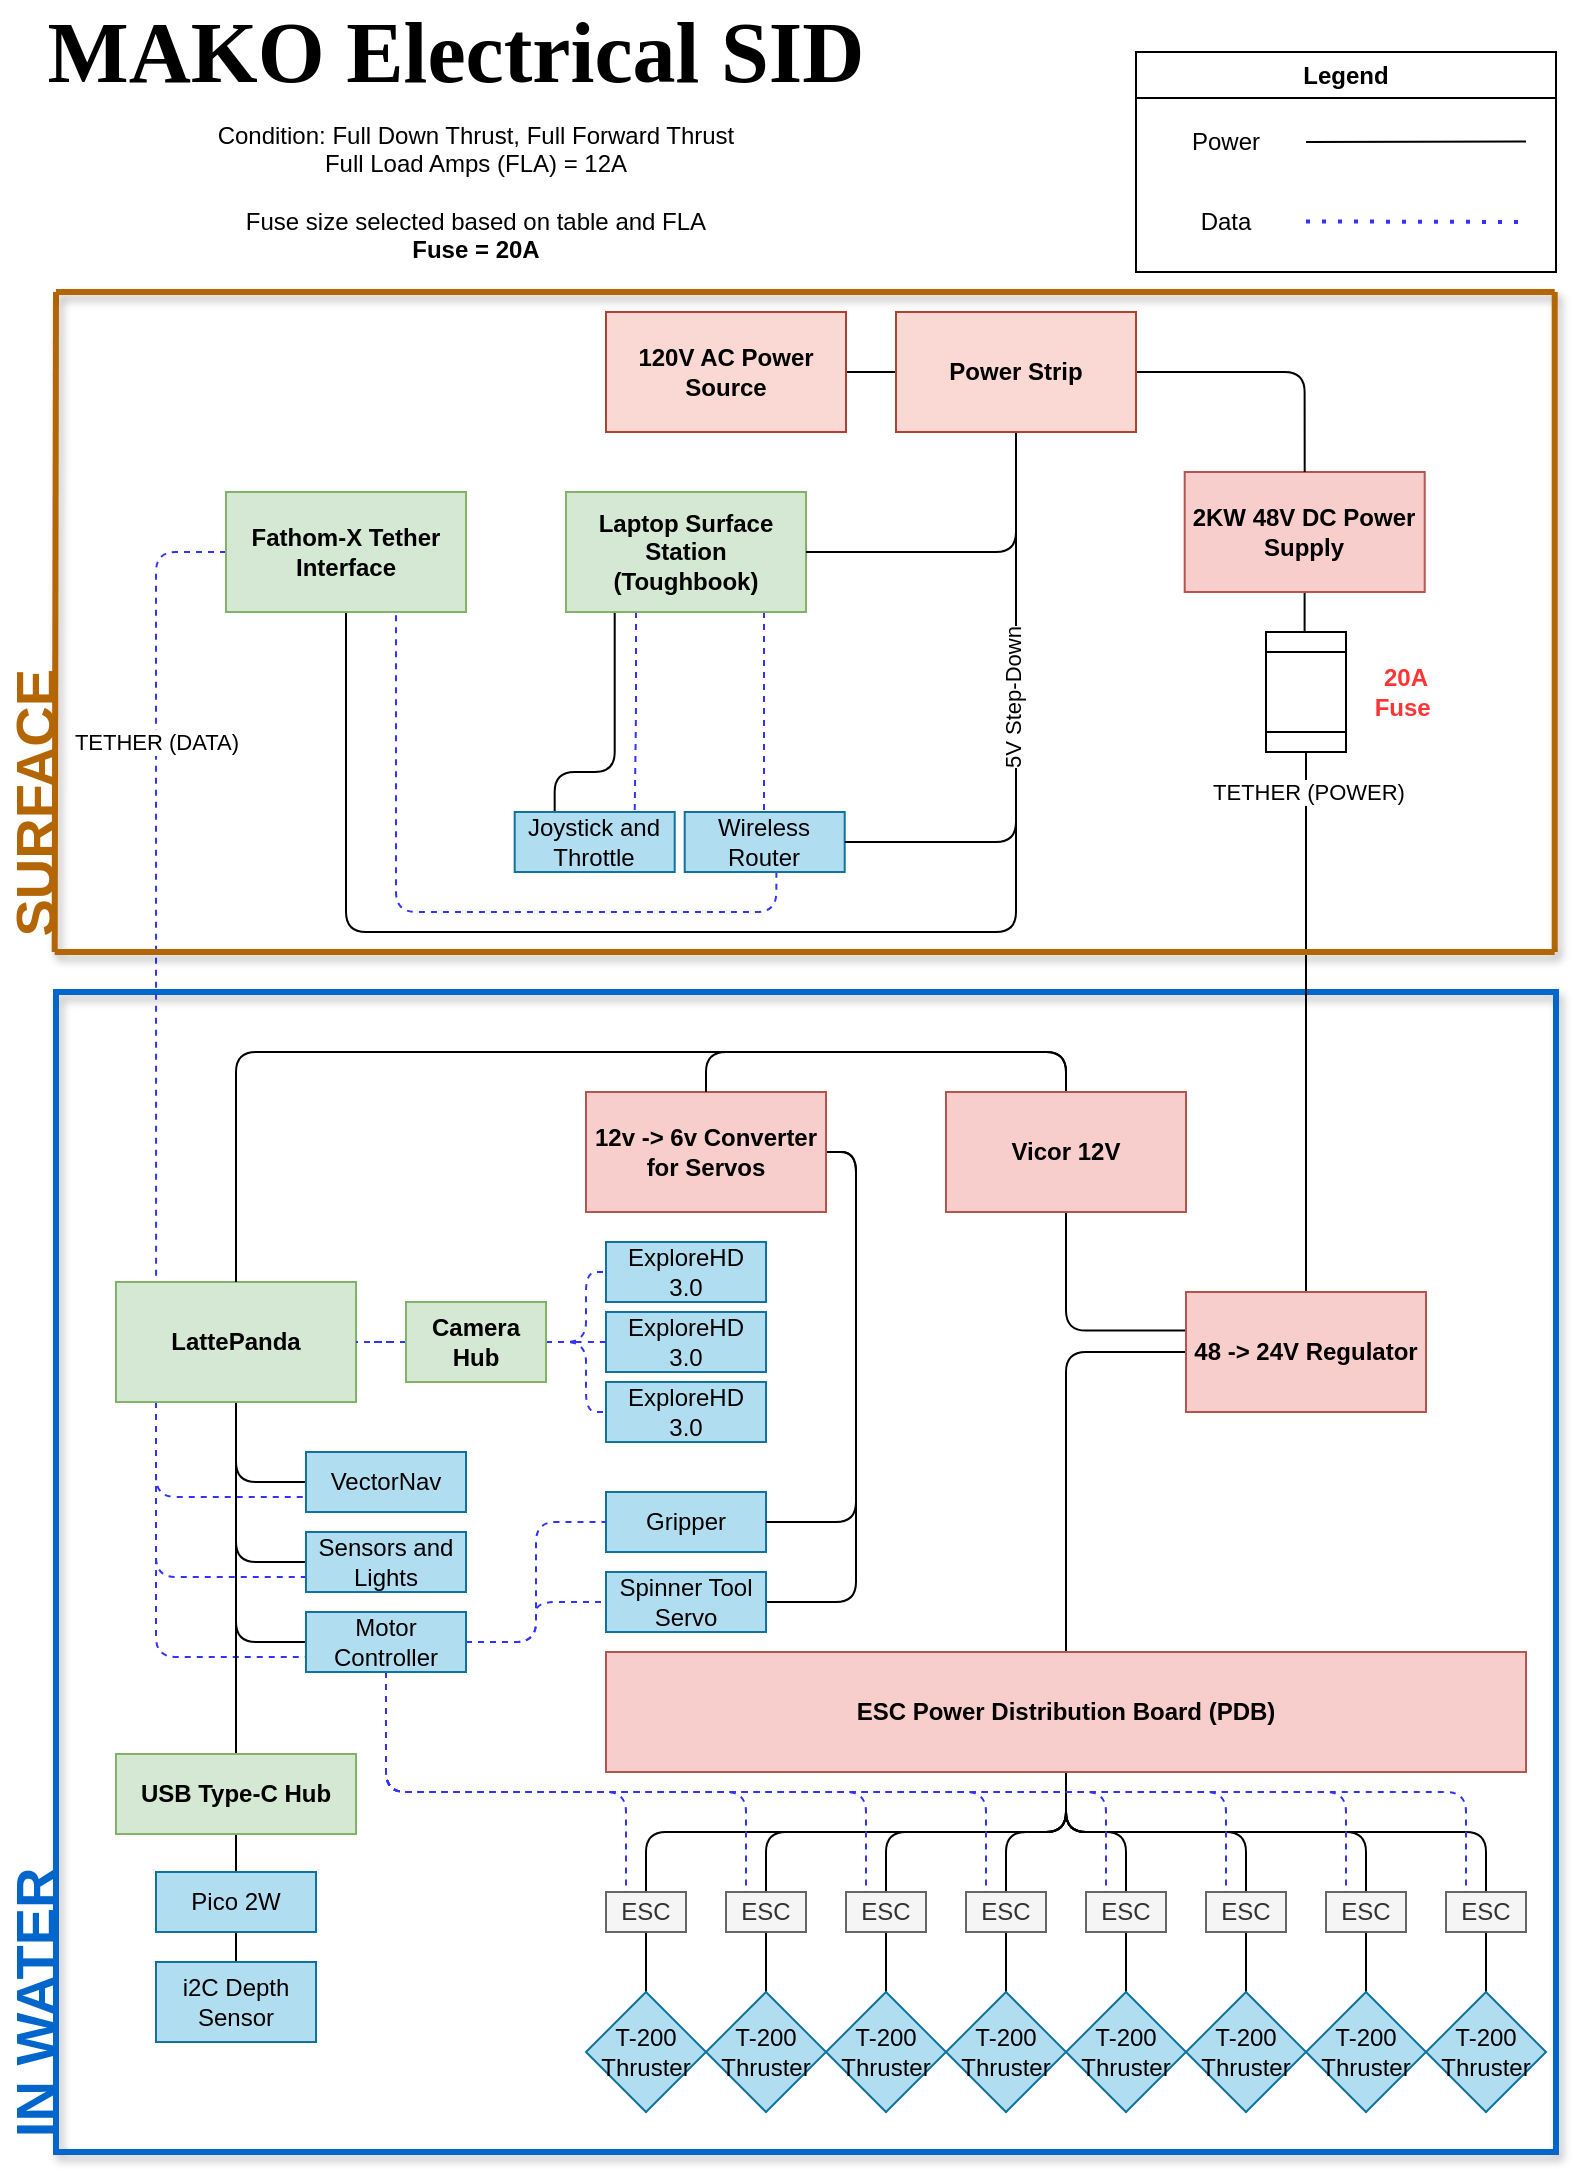
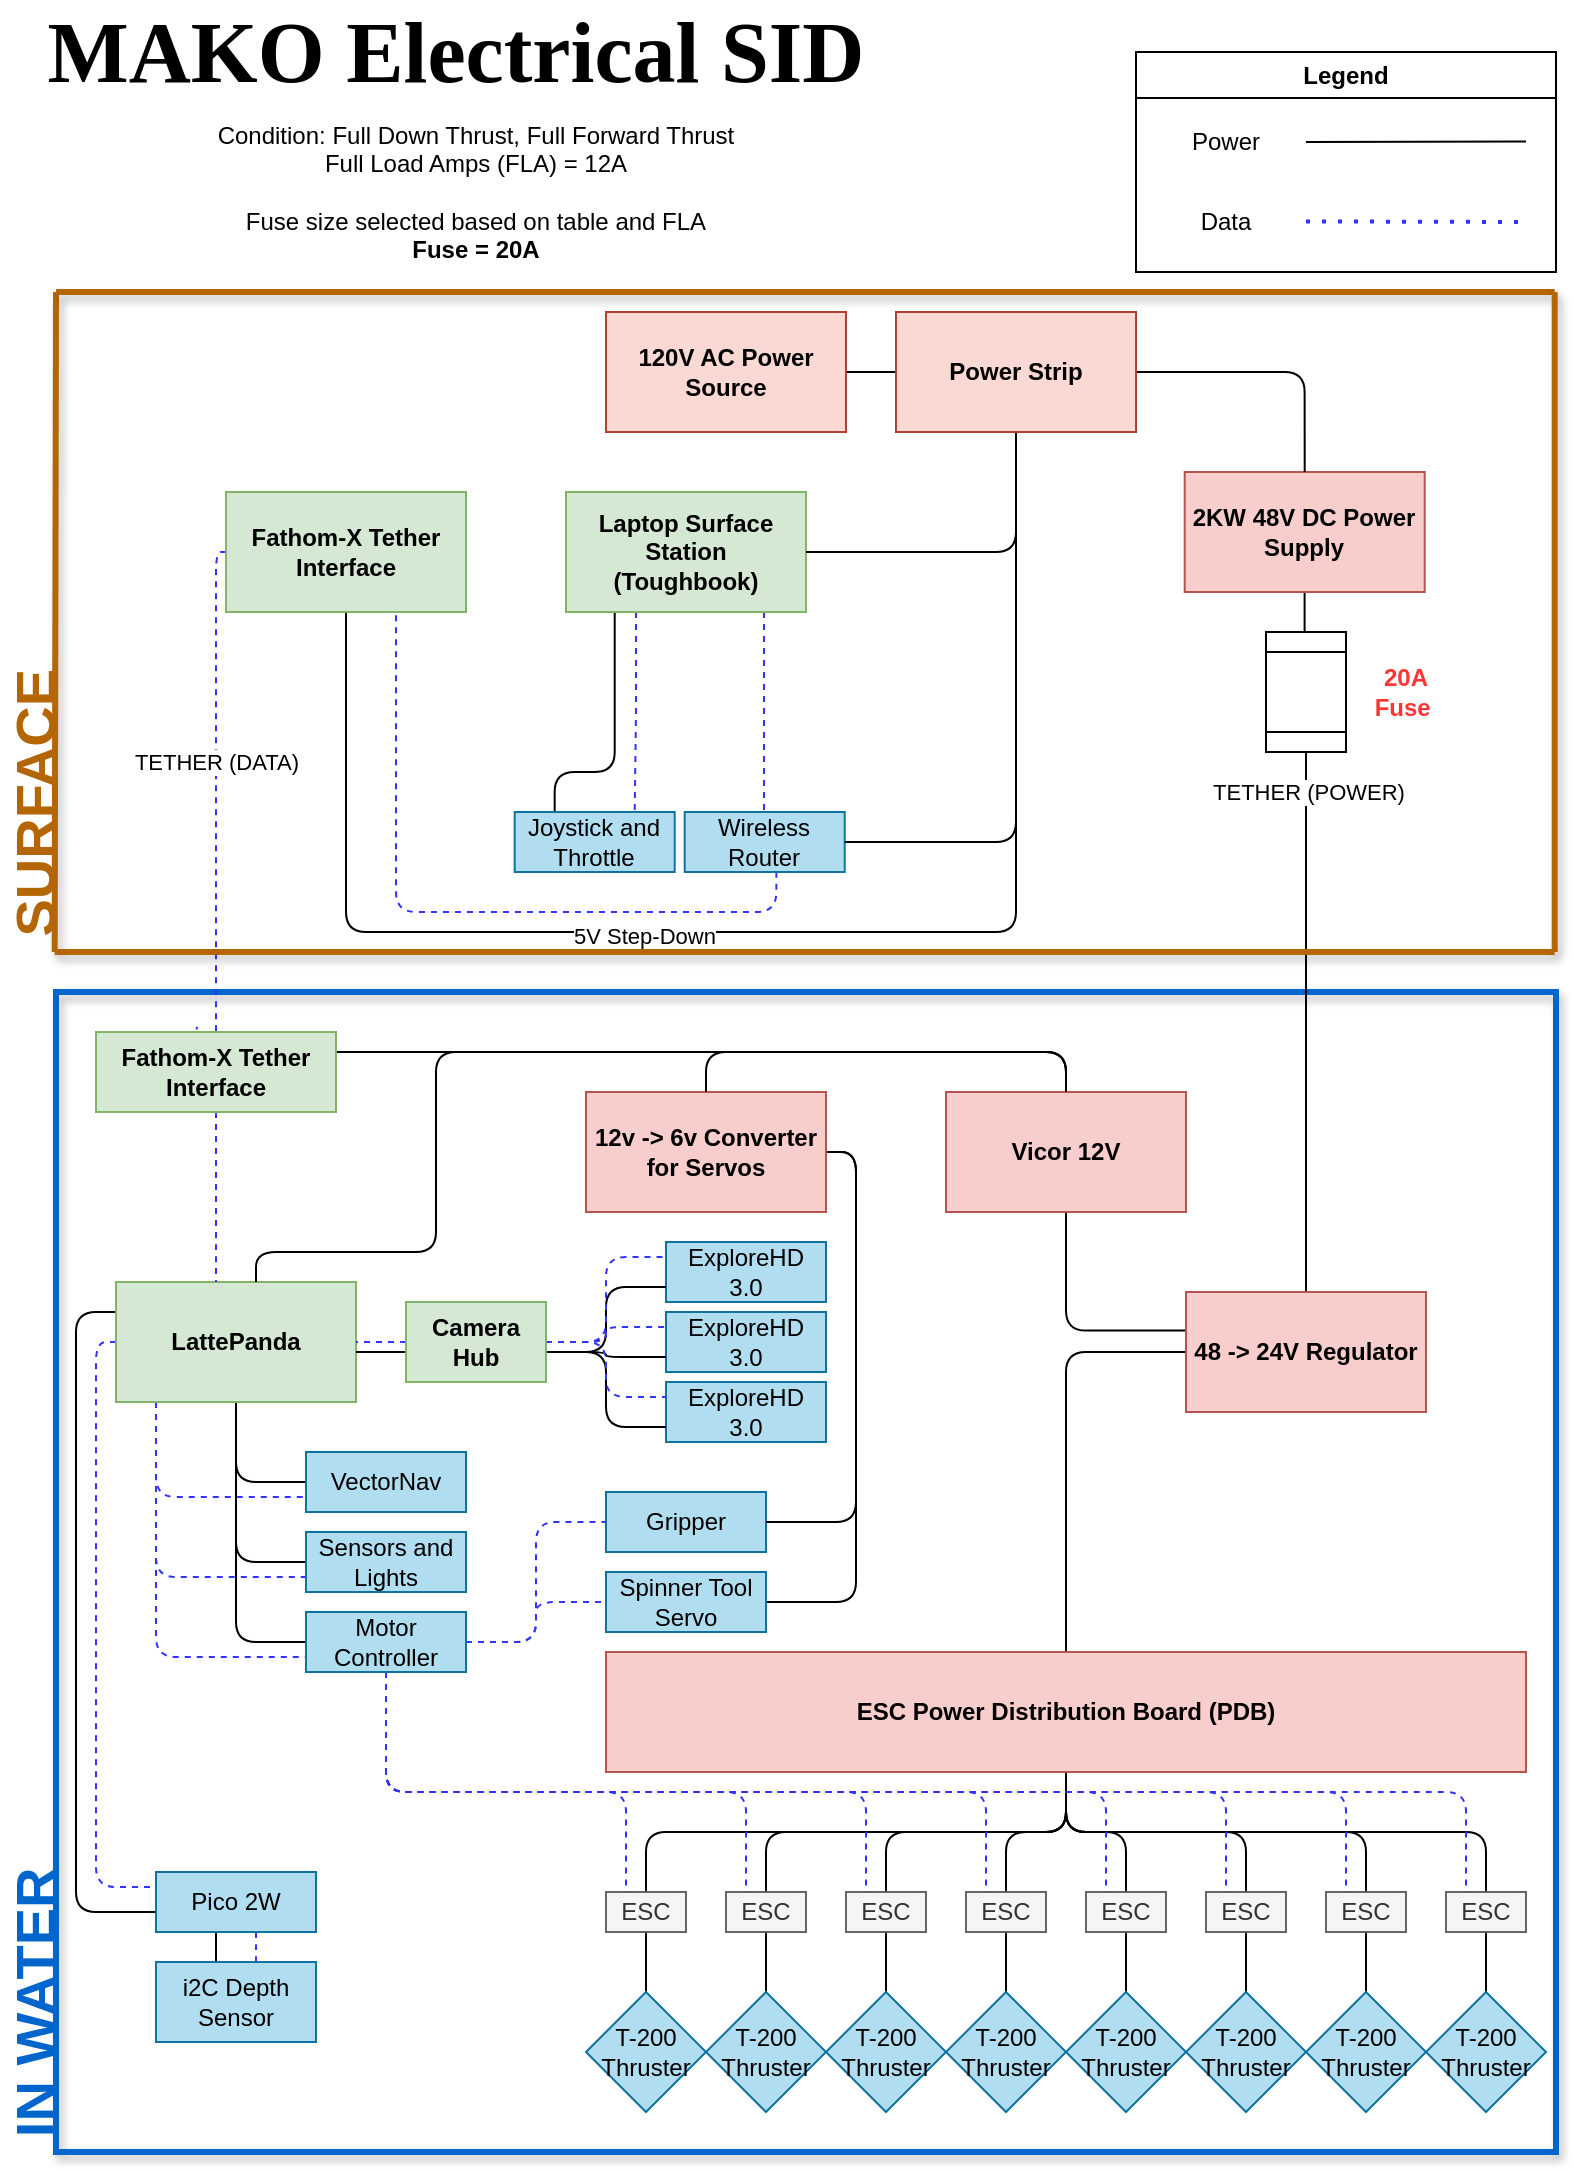
<mxfile host="app.diagrams.net" agent="Mozilla/5.0 (Windows NT 10.0; Win64; x64; rv:139.0) Gecko/20100101 Firefox/139.0">
  <diagram name="Page-1" id="doaNbLGYiiKzRFzNWdXi">
-     <mxGraphModel dx="-59" dy="471" grid="1" gridSize="10" guides="1" tooltips="1" connect="1" arrows="1" fold="1" page="1" pageScale="1" pageWidth="850" pageHeight="1100" math="0" shadow="0">
+     <mxGraphModel dx="-35" dy="485" grid="1" gridSize="10" guides="1" tooltips="1" connect="1" arrows="1" fold="1" page="1" pageScale="1" pageWidth="850" pageHeight="1100" math="0" shadow="0">
      <root>
        <mxCell id="0" />
        <mxCell id="1" parent="0" />
        <mxCell id="0vSBfI8_46AL9H7hPHAw-18" parent="1" style="rounded=0;whiteSpace=wrap;html=1;fillColor=none;strokeWidth=3;strokeColor=#0066CC;glass=0;shadow=1;" value="" vertex="1">
          <mxGeometry height="580" width="750" x="890" y="500" as="geometry" />
        </mxCell>
        <mxCell id="59XTsty1G1Yx93DkZX_j-1" parent="1" style="text;html=1;whiteSpace=wrap;strokeColor=none;fillColor=none;align=center;verticalAlign=middle;rounded=0;fontFamily=Times New Roman;fontStyle=1" value="&lt;font style=&quot;font-size: 43px;&quot;&gt;&lt;span&gt;MAKO Electrical SID&lt;/span&gt;&lt;/font&gt;" vertex="1">
          <mxGeometry height="40" width="420" x="880" y="10" as="geometry" />
        </mxCell>
        <mxCell id="59XTsty1G1Yx93DkZX_j-24" edge="1" parent="1" style="edgeStyle=orthogonalEdgeStyle;rounded=0;orthogonalLoop=1;jettySize=auto;html=1;exitX=0.5;exitY=1;exitDx=0;exitDy=0;">
          <mxGeometry relative="1" as="geometry">
            <mxPoint x="1435" y="910" as="sourcePoint" />
            <mxPoint x="1435" y="910" as="targetPoint" />
          </mxGeometry>
        </mxCell>
        <mxCell id="59XTsty1G1Yx93DkZX_j-45" parent="1" style="swimlane;whiteSpace=wrap;html=1;" value="Legend" vertex="1">
          <mxGeometry height="110" width="210" x="1430" y="30" as="geometry" />
        </mxCell>
        <mxCell id="59XTsty1G1Yx93DkZX_j-46" parent="59XTsty1G1Yx93DkZX_j-45" style="text;html=1;whiteSpace=wrap;strokeColor=none;fillColor=none;align=center;verticalAlign=middle;rounded=0;" value="Power" vertex="1">
          <mxGeometry height="30" width="60" x="15" y="30" as="geometry" />
        </mxCell>
        <mxCell id="59XTsty1G1Yx93DkZX_j-47" parent="59XTsty1G1Yx93DkZX_j-45" style="text;html=1;whiteSpace=wrap;strokeColor=none;fillColor=none;align=center;verticalAlign=middle;rounded=0;" value="Data" vertex="1">
          <mxGeometry height="30" width="60" x="15" y="70" as="geometry" />
        </mxCell>
        <mxCell id="59XTsty1G1Yx93DkZX_j-53" edge="1" parent="59XTsty1G1Yx93DkZX_j-45" style="endArrow=none;dashed=1;html=1;dashPattern=1 3;strokeWidth=2;strokeColor=#3333FF;" value="">
          <mxGeometry height="50" relative="1" width="50" as="geometry">
            <mxPoint x="85" y="84.72" as="sourcePoint" />
            <mxPoint x="195" y="85" as="targetPoint" />
          </mxGeometry>
        </mxCell>
        <mxCell id="59XTsty1G1Yx93DkZX_j-54" edge="1" parent="59XTsty1G1Yx93DkZX_j-45" style="endArrow=none;html=1;strokeColor=#000000;" value="">
          <mxGeometry height="50" relative="1" width="50" as="geometry">
            <mxPoint x="85" y="45.06" as="sourcePoint" />
            <mxPoint x="195" y="44.78" as="targetPoint" />
          </mxGeometry>
        </mxCell>
        <mxCell id="37D4bjrBw4_Emu08I7YZ-6" edge="1" parent="1" source="59XTsty1G1Yx93DkZX_j-57" style="edgeStyle=orthogonalEdgeStyle;rounded=0;orthogonalLoop=1;jettySize=auto;html=1;endArrow=none;endFill=0;" target="37D4bjrBw4_Emu08I7YZ-5" value="">
          <mxGeometry relative="1" as="geometry" />
        </mxCell>
        <mxCell id="59XTsty1G1Yx93DkZX_j-57" parent="1" style="rounded=0;whiteSpace=wrap;html=1;fillColor=#fad9d5;strokeColor=#ae4132;fontStyle=1" value="120V AC Power Source" vertex="1">
          <mxGeometry height="60" width="120" x="1165" y="160" as="geometry" />
        </mxCell>
        <mxCell id="59XTsty1G1Yx93DkZX_j-71" edge="1" parent="1" source="59XTsty1G1Yx93DkZX_j-66" style="edgeStyle=orthogonalEdgeStyle;orthogonalLoop=1;jettySize=auto;html=1;endArrow=none;endFill=0;" target="59XTsty1G1Yx93DkZX_j-70" value="">
          <mxGeometry relative="1" as="geometry" />
        </mxCell>
        <mxCell id="59XTsty1G1Yx93DkZX_j-66" parent="1" style="rounded=0;whiteSpace=wrap;html=1;fillColor=#f8cecc;strokeColor=#b85450;fontStyle=1" value="&lt;div&gt;2KW 48V DC Power Supply&lt;/div&gt;" vertex="1">
          <mxGeometry height="60" width="120" x="1454.35" y="240" as="geometry" />
        </mxCell>
        <mxCell id="59XTsty1G1Yx93DkZX_j-81" edge="1" parent="1" source="59XTsty1G1Yx93DkZX_j-70" style="edgeStyle=orthogonalEdgeStyle;orthogonalLoop=1;jettySize=auto;html=1;entryX=0.5;entryY=0;entryDx=0;entryDy=0;endArrow=none;endFill=0;" target="59XTsty1G1Yx93DkZX_j-101" value="">
          <mxGeometry relative="1" as="geometry">
            <mxPoint x="1515" y="470" as="targetPoint" />
          </mxGeometry>
        </mxCell>
        <mxCell id="59XTsty1G1Yx93DkZX_j-99" connectable="0" parent="59XTsty1G1Yx93DkZX_j-81" style="edgeLabel;html=1;align=center;verticalAlign=middle;resizable=0;points=[];" value="TETHER (POWER)" vertex="1">
          <mxGeometry relative="1" x="-0.062" y="-1" as="geometry">
            <mxPoint x="2" y="-107" as="offset" />
          </mxGeometry>
        </mxCell>
        <mxCell id="59XTsty1G1Yx93DkZX_j-70" parent="1" style="shape=process;whiteSpace=wrap;html=1;backgroundOutline=1;rounded=0;direction=south;size=0.16666666666666666;" value="" vertex="1">
          <mxGeometry height="60" width="40" x="1495" y="320" as="geometry" />
        </mxCell>
        <mxCell id="59XTsty1G1Yx93DkZX_j-83" parent="1" style="text;html=1;whiteSpace=wrap;strokeColor=none;fillColor=none;align=center;verticalAlign=middle;rounded=0;" value="&lt;div&gt;Condition: Full Down Thrust, Full Forward Thrust&lt;/div&gt;&lt;div&gt;Full Load Amps (FLA) = 12A&lt;/div&gt;&lt;div&gt;&lt;br&gt;&lt;/div&gt;&lt;div&gt;Fuse size selected based on table and FLA&lt;/div&gt;&lt;div&gt;&lt;b&gt;Fuse = 20A&lt;/b&gt;&lt;/div&gt;" vertex="1">
          <mxGeometry height="80" width="410" x="894.9999999999999" y="60" as="geometry" />
        </mxCell>
        <mxCell id="59XTsty1G1Yx93DkZX_j-205" edge="1" parent="1" source="59XTsty1G1Yx93DkZX_j-101" style="edgeStyle=orthogonalEdgeStyle;orthogonalLoop=1;jettySize=auto;html=1;entryX=0.5;entryY=1;entryDx=0;entryDy=0;exitX=-0.004;exitY=0.321;exitDx=0;exitDy=0;exitPerimeter=0;endArrow=none;endFill=0;" target="59XTsty1G1Yx93DkZX_j-180">
          <mxGeometry relative="1" as="geometry" />
        </mxCell>
        <mxCell id="_A7pCzdjQUsaNXFOYSQv-8" edge="1" parent="1" source="59XTsty1G1Yx93DkZX_j-101" style="edgeStyle=orthogonalEdgeStyle;rounded=1;orthogonalLoop=1;jettySize=auto;html=1;entryX=0.5;entryY=0;entryDx=0;entryDy=0;strokeColor=default;endArrow=none;endFill=0;curved=0;" target="59XTsty1G1Yx93DkZX_j-108">
          <mxGeometry relative="1" as="geometry">
            <Array as="points">
              <mxPoint x="1395" y="680" />
            </Array>
          </mxGeometry>
        </mxCell>
        <mxCell id="59XTsty1G1Yx93DkZX_j-101" parent="1" style="rounded=0;whiteSpace=wrap;html=1;fillColor=#f8cecc;strokeColor=#b85450;fontStyle=1" value="48 -&amp;gt; 24V Regulator" vertex="1">
          <mxGeometry height="60" width="120" x="1455" y="650" as="geometry" />
        </mxCell>
        <mxCell id="59XTsty1G1Yx93DkZX_j-135" edge="1" parent="1" source="59XTsty1G1Yx93DkZX_j-108" style="edgeStyle=orthogonalEdgeStyle;orthogonalLoop=1;jettySize=auto;html=1;entryX=0.5;entryY=0;entryDx=0;entryDy=0;endArrow=none;endFill=0;" target="59XTsty1G1Yx93DkZX_j-116">
          <mxGeometry relative="1" as="geometry" />
        </mxCell>
        <mxCell id="59XTsty1G1Yx93DkZX_j-137" edge="1" parent="1" source="59XTsty1G1Yx93DkZX_j-108" style="edgeStyle=orthogonalEdgeStyle;orthogonalLoop=1;jettySize=auto;html=1;entryX=0.5;entryY=0;entryDx=0;entryDy=0;endArrow=none;endFill=0;" target="59XTsty1G1Yx93DkZX_j-120">
          <mxGeometry relative="1" as="geometry" />
        </mxCell>
        <mxCell id="59XTsty1G1Yx93DkZX_j-138" edge="1" parent="1" source="59XTsty1G1Yx93DkZX_j-108" style="edgeStyle=orthogonalEdgeStyle;orthogonalLoop=1;jettySize=auto;html=1;entryX=0.5;entryY=0;entryDx=0;entryDy=0;endArrow=none;endFill=0;" target="59XTsty1G1Yx93DkZX_j-117">
          <mxGeometry relative="1" as="geometry" />
        </mxCell>
        <mxCell id="59XTsty1G1Yx93DkZX_j-139" edge="1" parent="1" source="59XTsty1G1Yx93DkZX_j-108" style="edgeStyle=orthogonalEdgeStyle;orthogonalLoop=1;jettySize=auto;html=1;entryX=0.5;entryY=0;entryDx=0;entryDy=0;endArrow=none;endFill=0;" target="59XTsty1G1Yx93DkZX_j-118">
          <mxGeometry relative="1" as="geometry" />
        </mxCell>
        <mxCell id="59XTsty1G1Yx93DkZX_j-140" edge="1" parent="1" source="59XTsty1G1Yx93DkZX_j-108" style="edgeStyle=orthogonalEdgeStyle;orthogonalLoop=1;jettySize=auto;html=1;entryX=0.5;entryY=0;entryDx=0;entryDy=0;endArrow=none;endFill=0;" target="59XTsty1G1Yx93DkZX_j-121">
          <mxGeometry relative="1" as="geometry" />
        </mxCell>
        <mxCell id="59XTsty1G1Yx93DkZX_j-141" edge="1" parent="1" source="59XTsty1G1Yx93DkZX_j-108" style="edgeStyle=orthogonalEdgeStyle;orthogonalLoop=1;jettySize=auto;html=1;entryX=0.5;entryY=0;entryDx=0;entryDy=0;endArrow=none;endFill=0;" target="59XTsty1G1Yx93DkZX_j-122">
          <mxGeometry relative="1" as="geometry" />
        </mxCell>
        <mxCell id="59XTsty1G1Yx93DkZX_j-142" edge="1" parent="1" source="59XTsty1G1Yx93DkZX_j-108" style="edgeStyle=orthogonalEdgeStyle;orthogonalLoop=1;jettySize=auto;html=1;entryX=0.5;entryY=0;entryDx=0;entryDy=0;endArrow=none;endFill=0;" target="59XTsty1G1Yx93DkZX_j-123">
          <mxGeometry relative="1" as="geometry" />
        </mxCell>
        <mxCell id="59XTsty1G1Yx93DkZX_j-143" edge="1" parent="1" source="59XTsty1G1Yx93DkZX_j-108" style="edgeStyle=orthogonalEdgeStyle;orthogonalLoop=1;jettySize=auto;html=1;endArrow=none;endFill=0;" target="59XTsty1G1Yx93DkZX_j-124">
          <mxGeometry relative="1" as="geometry" />
        </mxCell>
        <mxCell id="59XTsty1G1Yx93DkZX_j-108" parent="1" style="rounded=0;whiteSpace=wrap;html=1;fillColor=#f8cecc;strokeColor=#b85450;fontStyle=0" value="&lt;div&gt;&lt;b&gt;ESC Power Distribution Board (PDB)&lt;/b&gt;&lt;/div&gt;" vertex="1">
          <mxGeometry height="60" width="460" x="1165" y="830" as="geometry" />
        </mxCell>
        <mxCell id="37D4bjrBw4_Emu08I7YZ-10" edge="1" parent="1" source="59XTsty1G1Yx93DkZX_j-111" style="edgeStyle=orthogonalEdgeStyle;rounded=1;orthogonalLoop=1;jettySize=auto;html=1;entryX=0;entryY=0.75;entryDx=0;entryDy=0;endArrow=none;endFill=0;strokeColor=#3333FF;curved=0;dashed=1;" target="59XTsty1G1Yx93DkZX_j-164">
          <mxGeometry relative="1" as="geometry">
            <Array as="points">
              <mxPoint x="940" y="753" />
            </Array>
          </mxGeometry>
        </mxCell>
        <mxCell id="37D4bjrBw4_Emu08I7YZ-12" edge="1" parent="1" source="59XTsty1G1Yx93DkZX_j-111" style="edgeStyle=orthogonalEdgeStyle;rounded=1;orthogonalLoop=1;jettySize=auto;html=1;entryX=0;entryY=0.5;entryDx=0;entryDy=0;endArrow=none;endFill=0;curved=0;" target="59XTsty1G1Yx93DkZX_j-164">
          <mxGeometry relative="1" as="geometry" />
        </mxCell>
        <mxCell id="37D4bjrBw4_Emu08I7YZ-13" edge="1" parent="1" source="59XTsty1G1Yx93DkZX_j-111" style="edgeStyle=orthogonalEdgeStyle;rounded=1;orthogonalLoop=1;jettySize=auto;html=1;entryX=0;entryY=0.5;entryDx=0;entryDy=0;endArrow=none;endFill=0;curved=0;" target="59XTsty1G1Yx93DkZX_j-165">
          <mxGeometry relative="1" as="geometry" />
        </mxCell>
        <mxCell id="37D4bjrBw4_Emu08I7YZ-14" edge="1" parent="1" source="59XTsty1G1Yx93DkZX_j-111" style="edgeStyle=orthogonalEdgeStyle;rounded=1;orthogonalLoop=1;jettySize=auto;html=1;entryX=0;entryY=0.5;entryDx=0;entryDy=0;endArrow=none;endFill=0;curved=0;" target="59XTsty1G1Yx93DkZX_j-231">
          <mxGeometry relative="1" as="geometry" />
        </mxCell>
        <mxCell id="37D4bjrBw4_Emu08I7YZ-15" edge="1" parent="1" source="59XTsty1G1Yx93DkZX_j-111" style="edgeStyle=orthogonalEdgeStyle;rounded=1;orthogonalLoop=1;jettySize=auto;html=1;entryX=0;entryY=0.75;entryDx=0;entryDy=0;curved=0;endArrow=none;endFill=0;dashed=1;strokeColor=#3333FF;" target="59XTsty1G1Yx93DkZX_j-165">
          <mxGeometry relative="1" as="geometry">
            <Array as="points">
              <mxPoint x="940" y="793" />
            </Array>
          </mxGeometry>
        </mxCell>
        <mxCell id="37D4bjrBw4_Emu08I7YZ-16" edge="1" parent="1" source="59XTsty1G1Yx93DkZX_j-111" style="edgeStyle=orthogonalEdgeStyle;rounded=1;orthogonalLoop=1;jettySize=auto;html=1;entryX=0;entryY=0.75;entryDx=0;entryDy=0;dashed=1;strokeColor=#3333FF;curved=0;endArrow=none;endFill=0;" target="59XTsty1G1Yx93DkZX_j-231">
          <mxGeometry relative="1" as="geometry">
            <Array as="points">
              <mxPoint x="940" y="833" />
            </Array>
          </mxGeometry>
        </mxCell>
-         <mxCell id="OX7wq4GX1beUy1cfBgnM-2" edge="1" parent="1" source="59XTsty1G1Yx93DkZX_j-111" style="edgeStyle=orthogonalEdgeStyle;rounded=0;orthogonalLoop=1;jettySize=auto;html=1;endArrow=none;endFill=0;" target="OX7wq4GX1beUy1cfBgnM-1">
-           <mxGeometry relative="1" as="geometry" />
+         <mxCell id="_A7pCzdjQUsaNXFOYSQv-47" edge="1" parent="1" source="59XTsty1G1Yx93DkZX_j-111" style="edgeStyle=orthogonalEdgeStyle;rounded=1;orthogonalLoop=1;jettySize=auto;html=1;endArrow=none;endFill=0;curved=0;" target="OX7wq4GX1beUy1cfBgnM-3">
+           <mxGeometry relative="1" as="geometry">
+             <Array as="points">
+               <mxPoint x="900" y="660" />
+               <mxPoint x="900" y="960" />
+             </Array>
+           </mxGeometry>
+         </mxCell>
+         <mxCell id="_A7pCzdjQUsaNXFOYSQv-50" edge="1" parent="1" source="59XTsty1G1Yx93DkZX_j-111" style="edgeStyle=orthogonalEdgeStyle;rounded=1;orthogonalLoop=1;jettySize=auto;html=1;entryX=0;entryY=0.25;entryDx=0;entryDy=0;strokeColor=#3333FF;endArrow=none;endFill=0;dashed=1;curved=0;" target="OX7wq4GX1beUy1cfBgnM-3">
+           <mxGeometry relative="1" as="geometry">
+             <Array as="points">
+               <mxPoint x="910" y="675" />
+               <mxPoint x="910" y="947" />
+             </Array>
+           </mxGeometry>
        </mxCell>
        <mxCell id="59XTsty1G1Yx93DkZX_j-111" parent="1" style="rounded=0;whiteSpace=wrap;html=1;fillColor=#d5e8d4;strokeColor=#82b366;" value="&lt;b&gt;LattePanda&lt;/b&gt;" vertex="1">
          <mxGeometry height="60" width="120" x="920" y="645" as="geometry" />
        </mxCell>
        <mxCell id="59XTsty1G1Yx93DkZX_j-145" edge="1" parent="1" source="59XTsty1G1Yx93DkZX_j-116" style="edgeStyle=orthogonalEdgeStyle;orthogonalLoop=1;jettySize=auto;html=1;entryX=0.5;entryY=0;entryDx=0;entryDy=0;endArrow=none;endFill=0;" target="59XTsty1G1Yx93DkZX_j-126">
          <mxGeometry relative="1" as="geometry" />
        </mxCell>
        <mxCell id="59XTsty1G1Yx93DkZX_j-116" parent="1" style="rounded=0;whiteSpace=wrap;html=1;fillColor=#f5f5f5;fontColor=#333333;strokeColor=#666666;" value="ESC" vertex="1">
          <mxGeometry height="20" width="40" x="1165" y="950" as="geometry" />
        </mxCell>
        <mxCell id="59XTsty1G1Yx93DkZX_j-147" edge="1" parent="1" source="59XTsty1G1Yx93DkZX_j-117" style="edgeStyle=orthogonalEdgeStyle;orthogonalLoop=1;jettySize=auto;html=1;entryX=0.5;entryY=0;entryDx=0;entryDy=0;endArrow=none;endFill=0;" target="59XTsty1G1Yx93DkZX_j-128">
          <mxGeometry relative="1" as="geometry" />
        </mxCell>
        <mxCell id="59XTsty1G1Yx93DkZX_j-117" parent="1" style="rounded=0;whiteSpace=wrap;html=1;fillColor=#f5f5f5;fontColor=#333333;strokeColor=#666666;" value="ESC" vertex="1">
          <mxGeometry height="20" width="40" x="1285" y="950" as="geometry" />
        </mxCell>
        <mxCell id="59XTsty1G1Yx93DkZX_j-148" edge="1" parent="1" source="59XTsty1G1Yx93DkZX_j-118" style="edgeStyle=orthogonalEdgeStyle;orthogonalLoop=1;jettySize=auto;html=1;entryX=0.5;entryY=0;entryDx=0;entryDy=0;endArrow=none;endFill=0;" target="59XTsty1G1Yx93DkZX_j-129">
          <mxGeometry relative="1" as="geometry" />
        </mxCell>
        <mxCell id="59XTsty1G1Yx93DkZX_j-118" parent="1" style="rounded=0;whiteSpace=wrap;html=1;fillColor=#f5f5f5;fontColor=#333333;strokeColor=#666666;" value="ESC" vertex="1">
          <mxGeometry height="20" width="40" x="1345" y="950" as="geometry" />
        </mxCell>
        <mxCell id="59XTsty1G1Yx93DkZX_j-146" edge="1" parent="1" source="59XTsty1G1Yx93DkZX_j-120" style="edgeStyle=orthogonalEdgeStyle;orthogonalLoop=1;jettySize=auto;html=1;entryX=0.5;entryY=0;entryDx=0;entryDy=0;endArrow=none;endFill=0;" target="59XTsty1G1Yx93DkZX_j-127">
          <mxGeometry relative="1" as="geometry" />
        </mxCell>
        <mxCell id="59XTsty1G1Yx93DkZX_j-120" parent="1" style="rounded=0;whiteSpace=wrap;html=1;fillColor=#f5f5f5;fontColor=#333333;strokeColor=#666666;" value="ESC" vertex="1">
          <mxGeometry height="20" width="40" x="1225" y="950" as="geometry" />
        </mxCell>
        <mxCell id="59XTsty1G1Yx93DkZX_j-149" edge="1" parent="1" source="59XTsty1G1Yx93DkZX_j-121" style="edgeStyle=orthogonalEdgeStyle;orthogonalLoop=1;jettySize=auto;html=1;entryX=0.5;entryY=0;entryDx=0;entryDy=0;endArrow=none;endFill=0;" target="59XTsty1G1Yx93DkZX_j-130">
          <mxGeometry relative="1" as="geometry" />
        </mxCell>
        <mxCell id="59XTsty1G1Yx93DkZX_j-121" parent="1" style="rounded=0;whiteSpace=wrap;html=1;fillColor=#f5f5f5;fontColor=#333333;strokeColor=#666666;" value="ESC" vertex="1">
          <mxGeometry height="20" width="40" x="1405" y="950" as="geometry" />
        </mxCell>
        <mxCell id="59XTsty1G1Yx93DkZX_j-150" edge="1" parent="1" source="59XTsty1G1Yx93DkZX_j-122" style="edgeStyle=orthogonalEdgeStyle;orthogonalLoop=1;jettySize=auto;html=1;entryX=0.5;entryY=0;entryDx=0;entryDy=0;endArrow=none;endFill=0;" target="59XTsty1G1Yx93DkZX_j-131">
          <mxGeometry relative="1" as="geometry" />
        </mxCell>
        <mxCell id="59XTsty1G1Yx93DkZX_j-122" parent="1" style="rounded=0;whiteSpace=wrap;html=1;fillColor=#f5f5f5;fontColor=#333333;strokeColor=#666666;" value="ESC" vertex="1">
          <mxGeometry height="20" width="40" x="1465" y="950" as="geometry" />
        </mxCell>
        <mxCell id="59XTsty1G1Yx93DkZX_j-151" edge="1" parent="1" source="59XTsty1G1Yx93DkZX_j-123" style="edgeStyle=orthogonalEdgeStyle;orthogonalLoop=1;jettySize=auto;html=1;entryX=0.5;entryY=0;entryDx=0;entryDy=0;endArrow=none;endFill=0;" target="59XTsty1G1Yx93DkZX_j-132">
          <mxGeometry relative="1" as="geometry" />
        </mxCell>
        <mxCell id="59XTsty1G1Yx93DkZX_j-123" parent="1" style="rounded=0;whiteSpace=wrap;html=1;fillColor=#f5f5f5;fontColor=#333333;strokeColor=#666666;" value="ESC" vertex="1">
          <mxGeometry height="20" width="40" x="1525" y="950" as="geometry" />
        </mxCell>
        <mxCell id="59XTsty1G1Yx93DkZX_j-152" edge="1" parent="1" source="59XTsty1G1Yx93DkZX_j-124" style="edgeStyle=orthogonalEdgeStyle;orthogonalLoop=1;jettySize=auto;html=1;entryX=0.5;entryY=0;entryDx=0;entryDy=0;endArrow=none;endFill=0;" target="59XTsty1G1Yx93DkZX_j-133">
          <mxGeometry relative="1" as="geometry" />
        </mxCell>
        <mxCell id="59XTsty1G1Yx93DkZX_j-124" parent="1" style="rounded=0;whiteSpace=wrap;html=1;fillColor=#f5f5f5;fontColor=#333333;strokeColor=#666666;" value="ESC" vertex="1">
          <mxGeometry height="20" width="40" x="1585" y="950" as="geometry" />
        </mxCell>
        <mxCell id="59XTsty1G1Yx93DkZX_j-126" parent="1" style="rhombus;whiteSpace=wrap;html=1;fillColor=#b1ddf0;strokeColor=#10739e;" value="T-200 Thruster" vertex="1">
          <mxGeometry height="60" width="60" x="1155" y="1000" as="geometry" />
        </mxCell>
        <mxCell id="59XTsty1G1Yx93DkZX_j-127" parent="1" style="rhombus;whiteSpace=wrap;html=1;fillColor=#b1ddf0;strokeColor=#10739e;" value="T-200 Thruster" vertex="1">
          <mxGeometry height="60" width="60" x="1215" y="1000" as="geometry" />
        </mxCell>
        <mxCell id="59XTsty1G1Yx93DkZX_j-128" parent="1" style="rhombus;whiteSpace=wrap;html=1;fillColor=#b1ddf0;strokeColor=#10739e;" value="T-200 Thruster" vertex="1">
          <mxGeometry height="60" width="60" x="1275" y="1000" as="geometry" />
        </mxCell>
        <mxCell id="59XTsty1G1Yx93DkZX_j-129" parent="1" style="rhombus;whiteSpace=wrap;html=1;fillColor=#b1ddf0;strokeColor=#10739e;" value="T-200 Thruster" vertex="1">
          <mxGeometry height="60" width="60" x="1335" y="1000" as="geometry" />
        </mxCell>
        <mxCell id="59XTsty1G1Yx93DkZX_j-130" parent="1" style="rhombus;whiteSpace=wrap;html=1;fillColor=#b1ddf0;strokeColor=#10739e;" value="T-200 Thruster" vertex="1">
          <mxGeometry height="60" width="60" x="1395" y="1000" as="geometry" />
        </mxCell>
        <mxCell id="59XTsty1G1Yx93DkZX_j-131" parent="1" style="rhombus;whiteSpace=wrap;html=1;fillColor=#b1ddf0;strokeColor=#10739e;" value="T-200 Thruster" vertex="1">
          <mxGeometry height="60" width="60" x="1455" y="1000" as="geometry" />
        </mxCell>
        <mxCell id="59XTsty1G1Yx93DkZX_j-132" parent="1" style="rhombus;whiteSpace=wrap;html=1;fillColor=#b1ddf0;strokeColor=#10739e;" value="T-200 Thruster" vertex="1">
          <mxGeometry height="60" width="60" x="1515" y="1000" as="geometry" />
        </mxCell>
        <mxCell id="59XTsty1G1Yx93DkZX_j-133" parent="1" style="rhombus;whiteSpace=wrap;html=1;fillColor=#b1ddf0;strokeColor=#10739e;" value="T-200 Thruster" vertex="1">
          <mxGeometry height="60" width="60" x="1575" y="1000" as="geometry" />
        </mxCell>
        <mxCell id="59XTsty1G1Yx93DkZX_j-155" parent="1" style="rounded=0;whiteSpace=wrap;html=1;fillColor=#b1ddf0;strokeColor=#10739e;" value="Gripper" vertex="1">
          <mxGeometry height="30" width="80" x="1165" y="750" as="geometry" />
        </mxCell>
        <mxCell id="59XTsty1G1Yx93DkZX_j-164" parent="1" style="rounded=0;whiteSpace=wrap;html=1;fillColor=#b1ddf0;strokeColor=#10739e;" value="VectorNav" vertex="1">
          <mxGeometry height="30" width="80" x="1015" y="730" as="geometry" />
        </mxCell>
        <mxCell id="59XTsty1G1Yx93DkZX_j-165" parent="1" style="rounded=0;whiteSpace=wrap;html=1;fillColor=#b1ddf0;strokeColor=#10739e;" value="Sensors and Lights" vertex="1">
          <mxGeometry height="30" width="80" x="1015" y="770" as="geometry" />
        </mxCell>
        <mxCell id="59XTsty1G1Yx93DkZX_j-185" edge="1" parent="1" source="59XTsty1G1Yx93DkZX_j-179" style="edgeStyle=orthogonalEdgeStyle;orthogonalLoop=1;jettySize=auto;html=1;entryX=1;entryY=0.5;entryDx=0;entryDy=0;endArrow=none;endFill=0;" target="59XTsty1G1Yx93DkZX_j-155">
          <mxGeometry relative="1" as="geometry">
            <Array as="points">
              <mxPoint x="1290" y="580" />
              <mxPoint x="1290" y="765" />
            </Array>
          </mxGeometry>
        </mxCell>
        <mxCell id="0vSBfI8_46AL9H7hPHAw-5" edge="1" parent="1" source="59XTsty1G1Yx93DkZX_j-179" style="edgeStyle=orthogonalEdgeStyle;rounded=1;orthogonalLoop=1;jettySize=auto;html=1;entryX=1;entryY=0.5;entryDx=0;entryDy=0;curved=0;endArrow=none;endFill=0;" target="0vSBfI8_46AL9H7hPHAw-3">
          <mxGeometry relative="1" as="geometry">
            <Array as="points">
              <mxPoint x="1290" y="580" />
              <mxPoint x="1290" y="805" />
            </Array>
          </mxGeometry>
        </mxCell>
        <mxCell id="59XTsty1G1Yx93DkZX_j-179" parent="1" style="rounded=0;whiteSpace=wrap;html=1;fillColor=#f8cecc;strokeColor=#b85450;fontStyle=1" value="12v -&amp;gt; 6v Converter for Servos" vertex="1">
          <mxGeometry height="60" width="120" x="1155" y="550" as="geometry" />
        </mxCell>
-         <mxCell id="59XTsty1G1Yx93DkZX_j-183" edge="1" parent="1" source="59XTsty1G1Yx93DkZX_j-180" style="edgeStyle=orthogonalEdgeStyle;orthogonalLoop=1;jettySize=auto;html=1;endArrow=none;endFill=0;" target="59XTsty1G1Yx93DkZX_j-111">
-           <mxGeometry relative="1" as="geometry">
-             <Array as="points">
-               <mxPoint x="980" y="530" />
+         <mxCell id="59XTsty1G1Yx93DkZX_j-183" edge="1" parent="1" source="_A7pCzdjQUsaNXFOYSQv-35" style="edgeStyle=orthogonalEdgeStyle;orthogonalLoop=1;jettySize=auto;html=1;endArrow=none;endFill=0;dashed=1;strokeColor=#3333FF;" target="59XTsty1G1Yx93DkZX_j-111">
+           <mxGeometry relative="1" as="geometry">
+             <Array as="points">
+               <mxPoint x="970" y="630" />
+               <mxPoint x="970" y="630" />
            </Array>
          </mxGeometry>
        </mxCell>
        <mxCell id="59XTsty1G1Yx93DkZX_j-184" edge="1" parent="1" source="59XTsty1G1Yx93DkZX_j-180" style="edgeStyle=orthogonalEdgeStyle;orthogonalLoop=1;jettySize=auto;html=1;entryX=0.5;entryY=0;entryDx=0;entryDy=0;endArrow=none;endFill=0;" target="59XTsty1G1Yx93DkZX_j-179">
          <mxGeometry relative="1" as="geometry">
            <Array as="points">
              <mxPoint x="1215" y="530" />
+             </Array>
+           </mxGeometry>
+         </mxCell>
+         <mxCell id="_A7pCzdjQUsaNXFOYSQv-43" edge="1" parent="1" source="59XTsty1G1Yx93DkZX_j-180" style="edgeStyle=orthogonalEdgeStyle;rounded=1;orthogonalLoop=1;jettySize=auto;html=1;curved=0;endArrow=none;endFill=0;" target="59XTsty1G1Yx93DkZX_j-111">
+           <mxGeometry relative="1" as="geometry">
+             <Array as="points">
+               <mxPoint x="1395" y="530" />
+               <mxPoint x="1080" y="530" />
+               <mxPoint x="1080" y="630" />
+               <mxPoint x="990" y="630" />
            </Array>
          </mxGeometry>
        </mxCell>
        <mxCell id="59XTsty1G1Yx93DkZX_j-180" parent="1" style="rounded=0;whiteSpace=wrap;html=1;fillColor=#f8cecc;strokeColor=#b85450;fontStyle=1" value="Vicor 12V" vertex="1">
          <mxGeometry height="60" width="120" x="1335" y="550" as="geometry" />
        </mxCell>
        <mxCell id="59XTsty1G1Yx93DkZX_j-226" edge="1" parent="1" source="59XTsty1G1Yx93DkZX_j-214" style="edgeStyle=orthogonalEdgeStyle;orthogonalLoop=1;jettySize=auto;html=1;dashed=1;strokeColor=#3333FF;entryX=0.75;entryY=0;entryDx=0;entryDy=0;endArrow=none;endFill=0;" target="59XTsty1G1Yx93DkZX_j-222" value="">
          <mxGeometry relative="1" as="geometry">
            <Array as="points">
              <mxPoint x="1180" y="360" />
              <mxPoint x="1179" y="360" />
            </Array>
          </mxGeometry>
        </mxCell>
        <mxCell id="59XTsty1G1Yx93DkZX_j-227" edge="1" parent="1" source="59XTsty1G1Yx93DkZX_j-214" style="edgeStyle=orthogonalEdgeStyle;orthogonalLoop=1;jettySize=auto;html=1;dashed=1;strokeColor=#3333FF;endArrow=none;endFill=0;" target="59XTsty1G1Yx93DkZX_j-221">
          <mxGeometry relative="1" as="geometry">
            <Array as="points">
              <mxPoint x="1244" y="350" />
              <mxPoint x="1244" y="350" />
            </Array>
          </mxGeometry>
        </mxCell>
        <mxCell id="0vSBfI8_46AL9H7hPHAw-13" edge="1" parent="1" source="59XTsty1G1Yx93DkZX_j-214" style="edgeStyle=orthogonalEdgeStyle;rounded=1;orthogonalLoop=1;jettySize=auto;html=1;entryX=0.25;entryY=0;entryDx=0;entryDy=0;curved=0;endArrow=none;endFill=0;" target="59XTsty1G1Yx93DkZX_j-222">
          <mxGeometry relative="1" as="geometry">
            <Array as="points">
              <mxPoint x="1169.35" y="390" />
              <mxPoint x="1139.35" y="390" />
            </Array>
          </mxGeometry>
        </mxCell>
        <mxCell id="59XTsty1G1Yx93DkZX_j-214" parent="1" style="rounded=0;whiteSpace=wrap;html=1;fillColor=#d5e8d4;strokeColor=#82b366;fontStyle=1" value="&lt;div&gt;Laptop Surface Station&lt;/div&gt;&lt;div&gt;(Toughbook)&lt;/div&gt;" vertex="1">
          <mxGeometry height="60" width="120" x="1145" y="250" as="geometry" />
        </mxCell>
        <mxCell id="0vSBfI8_46AL9H7hPHAw-10" edge="1" parent="1" source="59XTsty1G1Yx93DkZX_j-221" style="edgeStyle=orthogonalEdgeStyle;rounded=1;orthogonalLoop=1;jettySize=auto;html=1;strokeColor=#3333FF;curved=0;dashed=1;exitX=0.573;exitY=0.995;exitDx=0;exitDy=0;endArrow=none;endFill=0;exitPerimeter=0;" target="0vSBfI8_46AL9H7hPHAw-7">
          <mxGeometry relative="1" as="geometry">
            <Array as="points">
              <mxPoint x="1250" y="460" />
              <mxPoint x="1060" y="460" />
            </Array>
          </mxGeometry>
        </mxCell>
        <mxCell id="59XTsty1G1Yx93DkZX_j-221" parent="1" style="rounded=0;whiteSpace=wrap;html=1;fillColor=#b1ddf0;strokeColor=#10739e;" value="Wireless Router" vertex="1">
          <mxGeometry height="30" width="80" x="1204.35" y="410" as="geometry" />
        </mxCell>
        <mxCell id="59XTsty1G1Yx93DkZX_j-222" parent="1" style="rounded=0;whiteSpace=wrap;html=1;fillColor=#b1ddf0;strokeColor=#10739e;" value="Joystick and Throttle" vertex="1">
          <mxGeometry height="30" width="80" x="1119.35" y="410" as="geometry" />
        </mxCell>
        <mxCell id="59XTsty1G1Yx93DkZX_j-242" edge="1" parent="1" source="59XTsty1G1Yx93DkZX_j-231" style="edgeStyle=orthogonalEdgeStyle;orthogonalLoop=1;jettySize=auto;html=1;entryX=0.25;entryY=0;entryDx=0;entryDy=0;dashed=1;strokeColor=#3333FF;endArrow=none;endFill=0;" target="59XTsty1G1Yx93DkZX_j-123">
          <mxGeometry relative="1" as="geometry">
            <Array as="points">
              <mxPoint x="1055" y="900" />
              <mxPoint x="1535" y="900" />
            </Array>
          </mxGeometry>
        </mxCell>
        <mxCell id="59XTsty1G1Yx93DkZX_j-243" edge="1" parent="1" source="59XTsty1G1Yx93DkZX_j-231" style="edgeStyle=orthogonalEdgeStyle;orthogonalLoop=1;jettySize=auto;html=1;entryX=0.25;entryY=0;entryDx=0;entryDy=0;dashed=1;strokeColor=#3333FF;endArrow=none;endFill=0;" target="59XTsty1G1Yx93DkZX_j-124">
          <mxGeometry relative="1" as="geometry">
            <Array as="points">
              <mxPoint x="1055" y="900" />
              <mxPoint x="1595" y="900" />
            </Array>
          </mxGeometry>
        </mxCell>
        <mxCell id="59XTsty1G1Yx93DkZX_j-244" edge="1" parent="1" source="59XTsty1G1Yx93DkZX_j-231" style="edgeStyle=orthogonalEdgeStyle;orthogonalLoop=1;jettySize=auto;html=1;entryX=0.25;entryY=0;entryDx=0;entryDy=0;dashed=1;strokeColor=#3333FF;endArrow=none;endFill=0;" target="59XTsty1G1Yx93DkZX_j-122">
          <mxGeometry relative="1" as="geometry">
            <Array as="points">
              <mxPoint x="1055" y="900" />
              <mxPoint x="1475" y="900" />
            </Array>
          </mxGeometry>
        </mxCell>
        <mxCell id="59XTsty1G1Yx93DkZX_j-245" edge="1" parent="1" source="59XTsty1G1Yx93DkZX_j-231" style="edgeStyle=orthogonalEdgeStyle;orthogonalLoop=1;jettySize=auto;html=1;entryX=0.25;entryY=0;entryDx=0;entryDy=0;dashed=1;strokeColor=#3333FF;endArrow=none;endFill=0;" target="59XTsty1G1Yx93DkZX_j-121">
          <mxGeometry relative="1" as="geometry">
            <Array as="points">
              <mxPoint x="1055" y="900" />
              <mxPoint x="1415" y="900" />
            </Array>
          </mxGeometry>
        </mxCell>
        <mxCell id="59XTsty1G1Yx93DkZX_j-246" edge="1" parent="1" source="59XTsty1G1Yx93DkZX_j-231" style="edgeStyle=orthogonalEdgeStyle;orthogonalLoop=1;jettySize=auto;html=1;entryX=0.25;entryY=0;entryDx=0;entryDy=0;dashed=1;strokeColor=#3333FF;endArrow=none;endFill=0;" target="59XTsty1G1Yx93DkZX_j-118">
          <mxGeometry relative="1" as="geometry">
            <Array as="points">
              <mxPoint x="1055" y="900" />
              <mxPoint x="1355" y="900" />
            </Array>
          </mxGeometry>
        </mxCell>
        <mxCell id="59XTsty1G1Yx93DkZX_j-247" edge="1" parent="1" source="59XTsty1G1Yx93DkZX_j-231" style="edgeStyle=orthogonalEdgeStyle;orthogonalLoop=1;jettySize=auto;html=1;entryX=0.25;entryY=0;entryDx=0;entryDy=0;dashed=1;strokeColor=#3333FF;endArrow=none;endFill=0;" target="59XTsty1G1Yx93DkZX_j-117">
          <mxGeometry relative="1" as="geometry">
            <Array as="points">
              <mxPoint x="1055" y="900" />
              <mxPoint x="1295" y="900" />
            </Array>
          </mxGeometry>
        </mxCell>
        <mxCell id="59XTsty1G1Yx93DkZX_j-248" edge="1" parent="1" source="59XTsty1G1Yx93DkZX_j-231" style="edgeStyle=orthogonalEdgeStyle;orthogonalLoop=1;jettySize=auto;html=1;entryX=0.25;entryY=0;entryDx=0;entryDy=0;dashed=1;strokeColor=#3333FF;endArrow=none;endFill=0;" target="59XTsty1G1Yx93DkZX_j-120">
          <mxGeometry relative="1" as="geometry">
            <Array as="points">
              <mxPoint x="1055" y="900" />
              <mxPoint x="1235" y="900" />
            </Array>
          </mxGeometry>
        </mxCell>
        <mxCell id="59XTsty1G1Yx93DkZX_j-249" edge="1" parent="1" source="59XTsty1G1Yx93DkZX_j-231" style="edgeStyle=orthogonalEdgeStyle;orthogonalLoop=1;jettySize=auto;html=1;entryX=0.25;entryY=0;entryDx=0;entryDy=0;dashed=1;strokeColor=#3333FF;endArrow=none;endFill=0;" target="59XTsty1G1Yx93DkZX_j-116">
          <mxGeometry relative="1" as="geometry">
            <Array as="points">
              <mxPoint x="1055" y="900" />
              <mxPoint x="1175" y="900" />
            </Array>
          </mxGeometry>
        </mxCell>
        <mxCell id="0vSBfI8_46AL9H7hPHAw-2" edge="1" parent="1" source="59XTsty1G1Yx93DkZX_j-231" style="edgeStyle=orthogonalEdgeStyle;rounded=1;orthogonalLoop=1;jettySize=auto;html=1;entryX=0;entryY=0.5;entryDx=0;entryDy=0;dashed=1;strokeColor=#3333FF;curved=0;endArrow=none;endFill=0;" target="59XTsty1G1Yx93DkZX_j-155">
          <mxGeometry relative="1" as="geometry" />
        </mxCell>
        <mxCell id="0vSBfI8_46AL9H7hPHAw-6" edge="1" parent="1" source="59XTsty1G1Yx93DkZX_j-231" style="edgeStyle=orthogonalEdgeStyle;rounded=1;orthogonalLoop=1;jettySize=auto;html=1;entryX=0;entryY=0.5;entryDx=0;entryDy=0;curved=0;dashed=1;strokeColor=#3333FF;endArrow=none;endFill=0;" target="0vSBfI8_46AL9H7hPHAw-3">
          <mxGeometry relative="1" as="geometry" />
        </mxCell>
        <mxCell id="59XTsty1G1Yx93DkZX_j-231" parent="1" style="rounded=0;whiteSpace=wrap;html=1;fillColor=#b1ddf0;strokeColor=#10739e;" value="Motor Controller" vertex="1">
          <mxGeometry height="30" width="80" x="1015" y="810" as="geometry" />
        </mxCell>
        <mxCell id="0vSBfI8_46AL9H7hPHAw-3" parent="1" style="rounded=0;whiteSpace=wrap;html=1;fillColor=#b1ddf0;strokeColor=#10739e;" value="Spinner Tool Servo" vertex="1">
          <mxGeometry height="30" width="80" x="1165" y="790" as="geometry" />
        </mxCell>
-         <mxCell id="0vSBfI8_46AL9H7hPHAw-30" edge="1" parent="1" source="0vSBfI8_46AL9H7hPHAw-7" style="edgeStyle=orthogonalEdgeStyle;rounded=1;orthogonalLoop=1;jettySize=auto;html=1;entryX=0.167;entryY=-0.009;entryDx=0;entryDy=0;dashed=1;strokeColor=#3333FF;curved=0;entryPerimeter=0;endArrow=none;endFill=0;" target="59XTsty1G1Yx93DkZX_j-111">
-           <mxGeometry relative="1" as="geometry">
-             <Array as="points">
-               <mxPoint x="940" y="280" />
+         <mxCell id="0vSBfI8_46AL9H7hPHAw-30" edge="1" parent="1" source="0vSBfI8_46AL9H7hPHAw-7" style="edgeStyle=orthogonalEdgeStyle;rounded=1;orthogonalLoop=1;jettySize=auto;html=1;entryX=0.42;entryY=-0.066;entryDx=0;entryDy=0;dashed=1;strokeColor=#3333FF;curved=0;endArrow=none;endFill=0;entryPerimeter=0;" target="_A7pCzdjQUsaNXFOYSQv-35">
+           <mxGeometry relative="1" as="geometry">
+             <Array as="points">
+               <mxPoint x="970" y="280" />
+               <mxPoint x="970" y="560" />
            </Array>
          </mxGeometry>
        </mxCell>
        <mxCell id="0vSBfI8_46AL9H7hPHAw-40" connectable="0" parent="0vSBfI8_46AL9H7hPHAw-30" style="edgeLabel;html=1;align=center;verticalAlign=middle;resizable=0;points=[];" value="TETHER (DATA)" vertex="1">
          <mxGeometry relative="1" x="-0.3495" as="geometry">
            <mxPoint as="offset" />
          </mxGeometry>
        </mxCell>
        <mxCell id="_A7pCzdjQUsaNXFOYSQv-17" edge="1" parent="1" source="0vSBfI8_46AL9H7hPHAw-7" style="edgeStyle=orthogonalEdgeStyle;rounded=1;orthogonalLoop=1;jettySize=auto;html=1;entryX=0.5;entryY=1;entryDx=0;entryDy=0;endArrow=none;endFill=0;curved=0;" target="37D4bjrBw4_Emu08I7YZ-5">
          <mxGeometry relative="1" as="geometry">
            <Array as="points">
              <mxPoint x="1035" y="470" />
              <mxPoint x="1370" y="470" />
            </Array>
+           </mxGeometry>
+         </mxCell>
+         <mxCell id="_A7pCzdjQUsaNXFOYSQv-53" connectable="0" parent="_A7pCzdjQUsaNXFOYSQv-17" style="edgeLabel;html=1;align=center;verticalAlign=middle;resizable=0;points=[];" value="5V Step-Down" vertex="1">
+           <mxGeometry relative="1" x="-0.1719" y="-2" as="geometry">
+             <mxPoint as="offset" />
          </mxGeometry>
        </mxCell>
        <mxCell id="0vSBfI8_46AL9H7hPHAw-7" parent="1" style="rounded=0;whiteSpace=wrap;html=1;fontStyle=1;fillColor=#d5e8d4;strokeColor=#82b366;" value="Fathom-X Tether Interface" vertex="1">
          <mxGeometry height="60" width="120" x="975" y="250" as="geometry" />
        </mxCell>
        <mxCell id="0vSBfI8_46AL9H7hPHAw-19" parent="1" style="text;html=1;whiteSpace=wrap;strokeColor=none;fillColor=none;align=center;verticalAlign=middle;rounded=0;rotation=270;" value="&lt;font face=&quot;Helvetica&quot; style=&quot;font-size: 28px;&quot;&gt;&lt;b&gt;&lt;span style=&quot;color: rgb(0, 102, 204);&quot;&gt;IN WATER&lt;/span&gt;&lt;/b&gt;&lt;/font&gt;" vertex="1">
          <mxGeometry height="30" width="140.65" x="809.35" y="990" as="geometry" />
        </mxCell>
        <mxCell id="0vSBfI8_46AL9H7hPHAw-21" edge="1" parent="1" style="endArrow=none;html=1;rounded=0;strokeWidth=3;fillColor=#fad7ac;strokeColor=#b46504;shadow=1;" value="">
          <mxGeometry height="50" relative="1" width="50" as="geometry">
            <mxPoint x="889.35" y="480" as="sourcePoint" />
            <mxPoint x="890" y="150" as="targetPoint" />
          </mxGeometry>
        </mxCell>
        <mxCell id="0vSBfI8_46AL9H7hPHAw-24" edge="1" parent="1" style="endArrow=none;html=1;rounded=0;strokeWidth=3;fillColor=#fad7ac;strokeColor=#b46504;shadow=1;" value="">
          <mxGeometry height="50" relative="1" width="50" as="geometry">
            <mxPoint x="890" y="150" as="sourcePoint" />
            <mxPoint x="1639.35" y="150" as="targetPoint" />
          </mxGeometry>
        </mxCell>
        <mxCell id="0vSBfI8_46AL9H7hPHAw-25" edge="1" parent="1" style="endArrow=none;html=1;rounded=0;strokeWidth=3;fillColor=#fad7ac;strokeColor=#b46504;shadow=1;" value="">
          <mxGeometry height="50" relative="1" width="50" as="geometry">
            <mxPoint x="1639.35" y="480" as="sourcePoint" />
            <mxPoint x="1639.35" y="150" as="targetPoint" />
          </mxGeometry>
        </mxCell>
        <mxCell id="0vSBfI8_46AL9H7hPHAw-26" edge="1" parent="1" style="endArrow=none;html=1;rounded=0;strokeWidth=3;fillColor=#fad7ac;strokeColor=#b46504;shadow=1;" value="">
          <mxGeometry height="50" relative="1" width="50" as="geometry">
            <mxPoint x="889.35" y="480" as="sourcePoint" />
            <mxPoint x="1639.35" y="480" as="targetPoint" />
          </mxGeometry>
        </mxCell>
        <mxCell id="0vSBfI8_46AL9H7hPHAw-27" parent="1" style="text;html=1;whiteSpace=wrap;strokeColor=none;fillColor=none;align=center;verticalAlign=middle;rounded=0;rotation=270;" value="&lt;font style=&quot;font-size: 28px; color: rgb(180, 101, 4);&quot;&gt;&lt;b&gt;SURFACE&lt;/b&gt;&lt;/font&gt;" vertex="1">
          <mxGeometry height="30" width="140" x="809.35" y="390" as="geometry" />
        </mxCell>
        <mxCell id="_A7pCzdjQUsaNXFOYSQv-14" edge="1" parent="1" source="37D4bjrBw4_Emu08I7YZ-5" style="edgeStyle=orthogonalEdgeStyle;rounded=1;orthogonalLoop=1;jettySize=auto;html=1;entryX=0.5;entryY=0;entryDx=0;entryDy=0;endArrow=none;endFill=0;curved=0;" target="59XTsty1G1Yx93DkZX_j-66">
          <mxGeometry relative="1" as="geometry" />
        </mxCell>
        <mxCell id="_A7pCzdjQUsaNXFOYSQv-15" edge="1" parent="1" source="37D4bjrBw4_Emu08I7YZ-5" style="edgeStyle=orthogonalEdgeStyle;rounded=1;orthogonalLoop=1;jettySize=auto;html=1;entryX=1;entryY=0.5;entryDx=0;entryDy=0;endArrow=none;endFill=0;curved=0;" target="59XTsty1G1Yx93DkZX_j-214">
          <mxGeometry relative="1" as="geometry">
            <Array as="points">
              <mxPoint x="1370" y="280" />
            </Array>
          </mxGeometry>
        </mxCell>
        <mxCell id="_A7pCzdjQUsaNXFOYSQv-16" edge="1" parent="1" source="37D4bjrBw4_Emu08I7YZ-5" style="edgeStyle=orthogonalEdgeStyle;rounded=1;orthogonalLoop=1;jettySize=auto;html=1;entryX=1;entryY=0.5;entryDx=0;entryDy=0;endArrow=none;endFill=0;curved=0;" target="59XTsty1G1Yx93DkZX_j-221">
          <mxGeometry relative="1" as="geometry">
            <Array as="points">
              <mxPoint x="1370" y="425" />
            </Array>
          </mxGeometry>
        </mxCell>
-         <mxCell id="_A7pCzdjQUsaNXFOYSQv-19" connectable="0" parent="_A7pCzdjQUsaNXFOYSQv-16" style="edgeLabel;html=1;align=center;verticalAlign=middle;resizable=0;points=[];rotation=270;" value="5V Step-Down" vertex="1">
-           <mxGeometry relative="1" x="-0.0843" y="-2" as="geometry">
-             <mxPoint as="offset" />
-           </mxGeometry>
-         </mxCell>
        <mxCell id="37D4bjrBw4_Emu08I7YZ-5" parent="1" style="rounded=0;whiteSpace=wrap;html=1;fillColor=#fad9d5;strokeColor=#ae4132;fontStyle=1" value="Power Strip" vertex="1">
          <mxGeometry height="60" width="120" x="1310" y="160" as="geometry" />
        </mxCell>
        <mxCell id="37D4bjrBw4_Emu08I7YZ-8" parent="1" style="text;html=1;whiteSpace=wrap;strokeColor=none;fillColor=none;align=center;verticalAlign=middle;rounded=0;" value="&lt;div&gt;&lt;b style=&quot;color: rgb(255, 53, 53);&quot;&gt;20A&lt;/b&gt;&lt;/div&gt;&lt;div&gt;&lt;b style=&quot;color: rgb(255, 53, 53);&quot;&gt;Fuse&amp;nbsp;&lt;/b&gt;&lt;/div&gt;" vertex="1">
          <mxGeometry height="30" width="60" x="1535" y="335" as="geometry" />
        </mxCell>
        <mxCell id="37D4bjrBw4_Emu08I7YZ-22" parent="1" style="rounded=0;whiteSpace=wrap;html=1;fillColor=#b1ddf0;strokeColor=#10739e;" value="ExploreHD 3.0" vertex="1">
-           <mxGeometry height="30" width="80" x="1165" y="660" as="geometry" />
+           <mxGeometry height="30" width="80" x="1195" y="660" as="geometry" />
        </mxCell>
        <mxCell id="37D4bjrBw4_Emu08I7YZ-23" parent="1" style="rounded=0;whiteSpace=wrap;html=1;fillColor=#b1ddf0;strokeColor=#10739e;" value="ExploreHD 3.0" vertex="1">
-           <mxGeometry height="30" width="80" x="1165" y="625" as="geometry" />
+           <mxGeometry height="30" width="80" x="1195" y="625" as="geometry" />
        </mxCell>
        <mxCell id="37D4bjrBw4_Emu08I7YZ-24" parent="1" style="rounded=0;whiteSpace=wrap;html=1;fillColor=#b1ddf0;strokeColor=#10739e;" value="ExploreHD 3.0" vertex="1">
-           <mxGeometry height="30" width="80" x="1165" y="695" as="geometry" />
-         </mxCell>
-         <mxCell id="OX7wq4GX1beUy1cfBgnM-4" edge="1" parent="1" source="OX7wq4GX1beUy1cfBgnM-1" style="edgeStyle=orthogonalEdgeStyle;rounded=0;orthogonalLoop=1;jettySize=auto;html=1;endArrow=none;endFill=0;" target="OX7wq4GX1beUy1cfBgnM-3">
-           <mxGeometry relative="1" as="geometry" />
-         </mxCell>
-         <mxCell id="OX7wq4GX1beUy1cfBgnM-1" parent="1" style="rounded=0;whiteSpace=wrap;html=1;fillColor=#d5e8d4;strokeColor=#82b366;" value="&lt;b&gt;USB Type-C Hub&lt;/b&gt;" vertex="1">
-           <mxGeometry height="40" width="120" x="920" y="881" as="geometry" />
+           <mxGeometry height="30" width="80" x="1195" y="695" as="geometry" />
        </mxCell>
        <mxCell id="OX7wq4GX1beUy1cfBgnM-6" edge="1" parent="1" source="OX7wq4GX1beUy1cfBgnM-3" style="edgeStyle=orthogonalEdgeStyle;rounded=0;orthogonalLoop=1;jettySize=auto;html=1;endArrow=none;endFill=0;" target="OX7wq4GX1beUy1cfBgnM-5">
-           <mxGeometry relative="1" as="geometry" />
+           <mxGeometry relative="1" as="geometry">
+             <Array as="points">
+               <mxPoint x="970" y="980" />
+               <mxPoint x="970" y="980" />
+             </Array>
+           </mxGeometry>
+         </mxCell>
+         <mxCell id="_A7pCzdjQUsaNXFOYSQv-51" edge="1" parent="1" source="OX7wq4GX1beUy1cfBgnM-3" style="edgeStyle=orthogonalEdgeStyle;rounded=1;orthogonalLoop=1;jettySize=auto;html=1;endArrow=none;endFill=0;strokeColor=#3333FF;curved=0;dashed=1;" target="OX7wq4GX1beUy1cfBgnM-5" value="">
+           <mxGeometry relative="1" as="geometry">
+             <Array as="points">
+               <mxPoint x="990" y="980" />
+               <mxPoint x="990" y="980" />
+             </Array>
+           </mxGeometry>
        </mxCell>
        <mxCell id="OX7wq4GX1beUy1cfBgnM-3" parent="1" style="rounded=0;whiteSpace=wrap;html=1;fillColor=#b1ddf0;strokeColor=#10739e;" value="Pico 2W" vertex="1">
          <mxGeometry height="30" width="80" x="940" y="940" as="geometry" />
        </mxCell>
        <mxCell id="OX7wq4GX1beUy1cfBgnM-5" parent="1" style="rounded=0;whiteSpace=wrap;html=1;fillColor=#b1ddf0;strokeColor=#10739e;" value="i2C Depth Sensor" vertex="1">
          <mxGeometry height="40" width="80" x="940" y="985" as="geometry" />
        </mxCell>
        <mxCell id="_A7pCzdjQUsaNXFOYSQv-3" edge="1" parent="1" source="_A7pCzdjQUsaNXFOYSQv-2" style="edgeStyle=orthogonalEdgeStyle;rounded=0;orthogonalLoop=1;jettySize=auto;html=1;strokeColor=#3333FF;endArrow=none;endFill=0;dashed=1;" target="59XTsty1G1Yx93DkZX_j-111" value="">
-           <mxGeometry relative="1" as="geometry" />
-         </mxCell>
-         <mxCell id="_A7pCzdjQUsaNXFOYSQv-5" edge="1" parent="1" source="_A7pCzdjQUsaNXFOYSQv-2" style="edgeStyle=orthogonalEdgeStyle;rounded=1;orthogonalLoop=1;jettySize=auto;html=1;entryX=0;entryY=0.5;entryDx=0;entryDy=0;endArrow=none;endFill=0;dashed=1;strokeColor=#3333FF;curved=0;" target="37D4bjrBw4_Emu08I7YZ-23">
-           <mxGeometry relative="1" as="geometry" />
-         </mxCell>
-         <mxCell id="_A7pCzdjQUsaNXFOYSQv-6" edge="1" parent="1" source="_A7pCzdjQUsaNXFOYSQv-2" style="edgeStyle=orthogonalEdgeStyle;rounded=1;orthogonalLoop=1;jettySize=auto;html=1;endArrow=none;endFill=0;dashed=1;strokeColor=#3333FF;curved=0;" target="37D4bjrBw4_Emu08I7YZ-22">
-           <mxGeometry relative="1" as="geometry" />
-         </mxCell>
-         <mxCell id="_A7pCzdjQUsaNXFOYSQv-7" edge="1" parent="1" source="_A7pCzdjQUsaNXFOYSQv-2" style="edgeStyle=orthogonalEdgeStyle;rounded=1;orthogonalLoop=1;jettySize=auto;html=1;entryX=0;entryY=0.5;entryDx=0;entryDy=0;endArrow=none;endFill=0;dashed=1;strokeColor=#3333FF;curved=0;" target="37D4bjrBw4_Emu08I7YZ-24">
+           <mxGeometry relative="1" as="geometry">
+             <Array as="points">
+               <mxPoint x="1050" y="675" />
+               <mxPoint x="1050" y="675" />
+             </Array>
+           </mxGeometry>
+         </mxCell>
+         <mxCell id="_A7pCzdjQUsaNXFOYSQv-20" edge="1" parent="1" source="_A7pCzdjQUsaNXFOYSQv-2" style="edgeStyle=orthogonalEdgeStyle;rounded=0;orthogonalLoop=1;jettySize=auto;html=1;endArrow=none;endFill=0;" target="59XTsty1G1Yx93DkZX_j-111" value="">
+           <mxGeometry relative="1" as="geometry">
+             <Array as="points">
+               <mxPoint x="1050" y="680" />
+               <mxPoint x="1050" y="680" />
+             </Array>
+           </mxGeometry>
+         </mxCell>
+         <mxCell id="_A7pCzdjQUsaNXFOYSQv-29" edge="1" parent="1" source="_A7pCzdjQUsaNXFOYSQv-2" style="edgeStyle=orthogonalEdgeStyle;rounded=1;orthogonalLoop=1;jettySize=auto;html=1;entryX=0;entryY=0.75;entryDx=0;entryDy=0;endArrow=none;endFill=0;curved=0;" target="37D4bjrBw4_Emu08I7YZ-24">
+           <mxGeometry relative="1" as="geometry">
+             <Array as="points">
+               <mxPoint x="1165" y="680" />
+               <mxPoint x="1165" y="717" />
+             </Array>
+           </mxGeometry>
+         </mxCell>
+         <mxCell id="_A7pCzdjQUsaNXFOYSQv-30" edge="1" parent="1" source="_A7pCzdjQUsaNXFOYSQv-2" style="edgeStyle=orthogonalEdgeStyle;rounded=1;orthogonalLoop=1;jettySize=auto;html=1;entryX=0;entryY=0.75;entryDx=0;entryDy=0;endArrow=none;endFill=0;curved=0;" target="37D4bjrBw4_Emu08I7YZ-22">
+           <mxGeometry relative="1" as="geometry">
+             <Array as="points">
+               <mxPoint x="1165" y="680" />
+               <mxPoint x="1165" y="683" />
+             </Array>
+           </mxGeometry>
+         </mxCell>
+         <mxCell id="_A7pCzdjQUsaNXFOYSQv-31" edge="1" parent="1" source="_A7pCzdjQUsaNXFOYSQv-2" style="edgeStyle=orthogonalEdgeStyle;rounded=1;orthogonalLoop=1;jettySize=auto;html=1;entryX=0;entryY=0.75;entryDx=0;entryDy=0;endArrow=none;endFill=0;curved=0;" target="37D4bjrBw4_Emu08I7YZ-23">
+           <mxGeometry relative="1" as="geometry">
+             <Array as="points">
+               <mxPoint x="1165" y="680" />
+               <mxPoint x="1165" y="647" />
+             </Array>
+           </mxGeometry>
+         </mxCell>
+         <mxCell id="_A7pCzdjQUsaNXFOYSQv-32" edge="1" parent="1" source="_A7pCzdjQUsaNXFOYSQv-2" style="edgeStyle=orthogonalEdgeStyle;rounded=1;orthogonalLoop=1;jettySize=auto;html=1;entryX=0;entryY=0.25;entryDx=0;entryDy=0;endArrow=none;endFill=0;strokeColor=#3333FF;dashed=1;curved=0;" target="37D4bjrBw4_Emu08I7YZ-23">
+           <mxGeometry relative="1" as="geometry" />
+         </mxCell>
+         <mxCell id="_A7pCzdjQUsaNXFOYSQv-33" edge="1" parent="1" source="_A7pCzdjQUsaNXFOYSQv-2" style="edgeStyle=orthogonalEdgeStyle;rounded=1;orthogonalLoop=1;jettySize=auto;html=1;entryX=0;entryY=0.25;entryDx=0;entryDy=0;endArrow=none;endFill=0;strokeColor=#3333FF;dashed=1;curved=0;" target="37D4bjrBw4_Emu08I7YZ-22">
+           <mxGeometry relative="1" as="geometry" />
+         </mxCell>
+         <mxCell id="_A7pCzdjQUsaNXFOYSQv-34" edge="1" parent="1" source="_A7pCzdjQUsaNXFOYSQv-2" style="edgeStyle=orthogonalEdgeStyle;rounded=1;orthogonalLoop=1;jettySize=auto;html=1;entryX=0;entryY=0.25;entryDx=0;entryDy=0;endArrow=none;endFill=0;strokeColor=#3333FF;dashed=1;curved=0;" target="37D4bjrBw4_Emu08I7YZ-24">
          <mxGeometry relative="1" as="geometry" />
        </mxCell>
        <mxCell id="_A7pCzdjQUsaNXFOYSQv-2" parent="1" style="rounded=0;whiteSpace=wrap;html=1;fillColor=#d5e8d4;strokeColor=#82b366;" value="&lt;b&gt;Camera Hub&lt;/b&gt;" vertex="1">
          <mxGeometry height="40" width="70" x="1065" y="655" as="geometry" />
+         </mxCell>
+         <mxCell id="_A7pCzdjQUsaNXFOYSQv-40" edge="1" parent="1" source="59XTsty1G1Yx93DkZX_j-180" style="edgeStyle=orthogonalEdgeStyle;orthogonalLoop=1;jettySize=auto;html=1;endArrow=none;endFill=0;" target="_A7pCzdjQUsaNXFOYSQv-35" value="">
+           <mxGeometry relative="1" as="geometry">
+             <Array as="points">
+               <mxPoint x="980" y="530" />
+             </Array>
+             <mxPoint x="1395" y="550" as="sourcePoint" />
+             <mxPoint x="980" y="645" as="targetPoint" />
+           </mxGeometry>
+         </mxCell>
+         <mxCell id="_A7pCzdjQUsaNXFOYSQv-35" parent="1" style="rounded=0;whiteSpace=wrap;html=1;fontStyle=1;fillColor=#d5e8d4;strokeColor=#82b366;" value="Fathom-X Tether Interface" vertex="1">
+           <mxGeometry height="40" width="120" x="910" y="520" as="geometry" />
        </mxCell>
      </root>
    </mxGraphModel>
  </diagram>
</mxfile>
